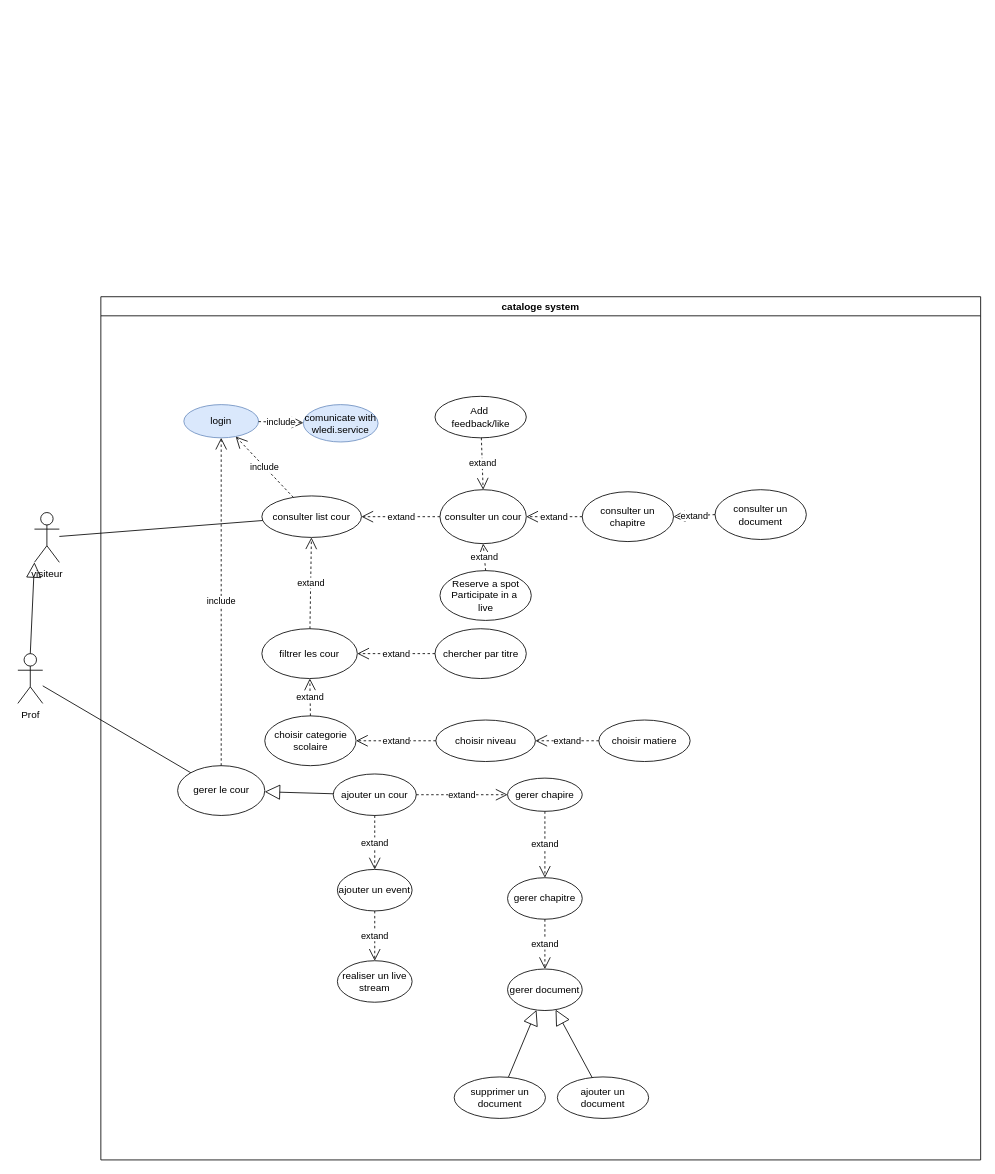
Before: use_case_catalog.drawio in faresUnderScore999/test1.0, a draw.io diagram. Source tidied: cells renumbered, new cells numbered last; positions are measured from the earlier drawing's top-left corner, leaving out a move shared by most shapes. Both pictures are drawn from the tidied source at 83%, with x=0, y=0 at pixel (17, 296).
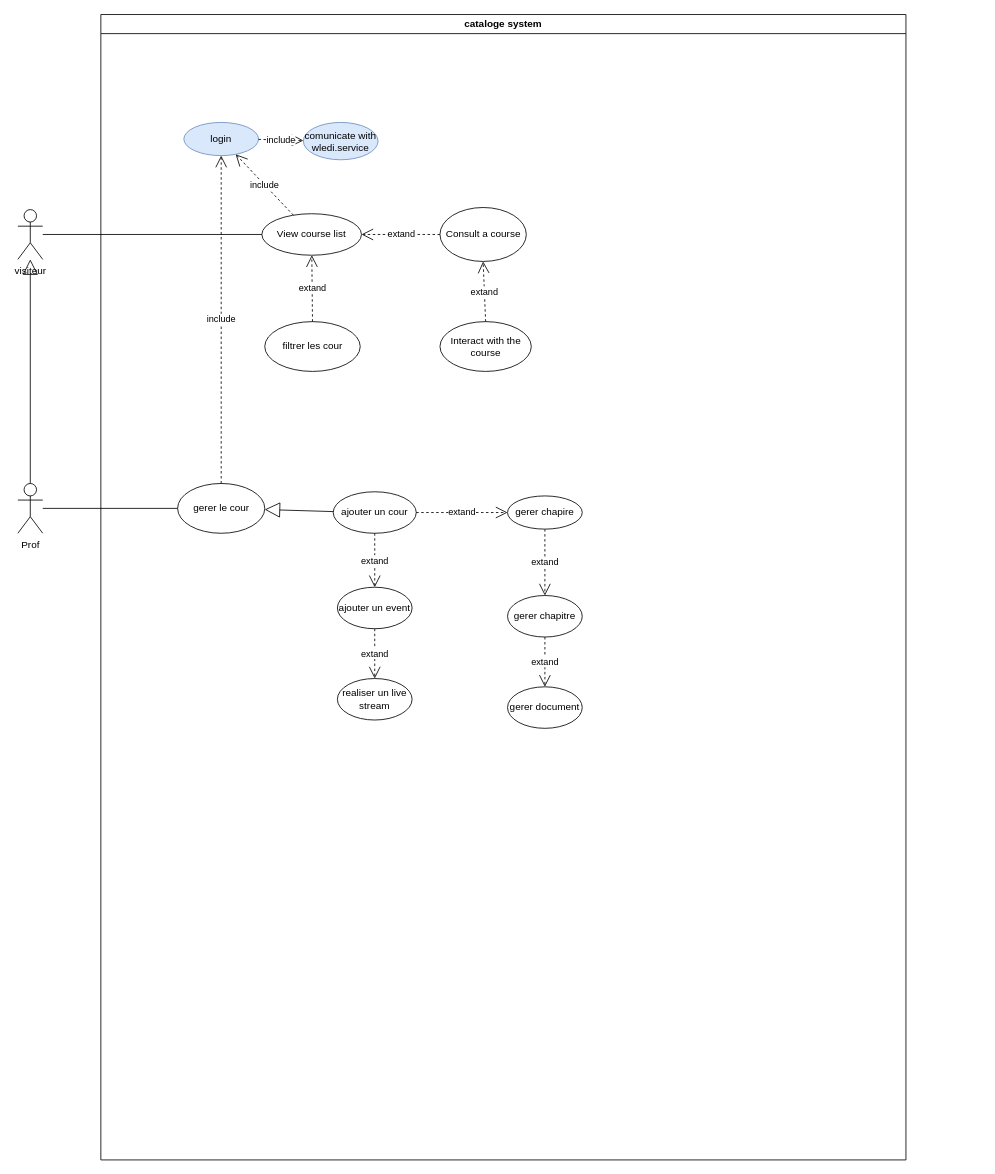
After the change.

Commit message (it also covers changes not shown here):
Mettre à jour use_case_catalog.drawio

Unchanged cells that the change refers to:
```xml
<mxCell id="21" value="gerer document" style="ellipse;whiteSpace=wrap;html=1;" parent="3" vertex="1">
  <mxGeometry x="490" y="810" width="90" height="50" as="geometry" />
</mxCell>
```

Change to the diagram source:
```diff
@@
     <mxCell id="2" value="Prof" style="shape=umlActor;verticalLabelPosition=bottom;verticalAlign=top;html=1;" parent="1" vertex="1">
-      <mxGeometry y="430" width="30" height="60" as="geometry" />
+      <mxGeometry y="225" width="30" height="60" as="geometry" />
     </mxCell>
     <mxCell id="3" value="cataloge system" style="swimlane;whiteSpace=wrap;html=1;" parent="1" vertex="1">
-      <mxGeometry x="100" width="1060" height="1040" as="geometry" />
+      <mxGeometry x="100" y="-340" width="970" height="1380" as="geometry" />
     </mxCell>
@@
-    <mxCell id="7" value="consulter list cour" style="ellipse;whiteSpace=wrap;html=1;" parent="3" vertex="1">
+    <mxCell id="7" value="View course list" style="ellipse;whiteSpace=wrap;html=1;" parent="3" vertex="1">
       <mxGeometry x="194" y="240" width="120" height="50" as="geometry" />
     </mxCell>
@@
     <mxCell id="9" value="filtrer les cour" style="ellipse;whiteSpace=wrap;html=1;" parent="3" vertex="1">
-      <mxGeometry x="194" y="400" width="115" height="60" as="geometry" />
+      <mxGeometry x="197.5" y="370" width="115" height="60" as="geometry" />
     </mxCell>
@@
-    <mxCell id="11" value="chercher par titre" style="ellipse;whiteSpace=wrap;html=1;" parent="3" vertex="1">
-      <mxGeometry x="402.6" y="400" width="110" height="60" as="geometry" />
-    </mxCell>
-    <mxCell id="12" value="choisir categorie scolaire" style="ellipse;whiteSpace=wrap;html=1;" parent="3" vertex="1">
-      <mxGeometry x="197.5" y="505" width="110" height="60" as="geometry" />
-    </mxCell>
-    <mxCell id="13" value="choisir niveau" style="ellipse;whiteSpace=wrap;html=1;" parent="3" vertex="1">
-      <mxGeometry x="403.6" y="510" width="120" height="50" as="geometry" />
-    </mxCell>
-    <mxCell id="14" value="choisir matiere" style="ellipse;whiteSpace=wrap;html=1;" parent="3" vertex="1">
-      <mxGeometry x="600" y="510" width="110" height="50" as="geometry" />
-    </mxCell>
@@
-    <mxCell id="23" value="ajouter un document" style="ellipse;whiteSpace=wrap;html=1;" parent="3" vertex="1">
-      <mxGeometry x="550" y="940" width="110" height="50" as="geometry" />
-    </mxCell>
-    <mxCell id="24" style="endArrow=block;endSize=16;endFill=0;html=1;rounded=0;" parent="3" edge="1" source="23" target="21">
-      <mxGeometry relative="1" as="geometry" />
-    </mxCell>
-    <mxCell id="25" value="supprimer un document" style="ellipse;whiteSpace=wrap;html=1;" parent="3" vertex="1">
-      <mxGeometry x="425.7" y="940" width="110" height="50" as="geometry" />
-    </mxCell>
-    <mxCell id="26" style="endArrow=block;endSize=16;endFill=0;html=1;rounded=0;" parent="3" edge="1" source="25" target="21">
-      <mxGeometry relative="1" as="geometry" />
-    </mxCell>
@@
-    <mxCell id="30" value="consulter un chapitre" style="ellipse;whiteSpace=wrap;html=1;" parent="3" vertex="1">
-      <mxGeometry x="580" y="235" width="110" height="60" as="geometry" />
-    </mxCell>
-    <mxCell id="31" value="consulter un document" style="ellipse;whiteSpace=wrap;html=1;" parent="3" vertex="1">
-      <mxGeometry x="740" y="232.5" width="110" height="60" as="geometry" />
+    <mxCell id="31" value="Interact with the course" style="ellipse;whiteSpace=wrap;html=1;" parent="3" vertex="1">
+      <mxGeometry x="408.6" y="370" width="110" height="60" as="geometry" />
     </mxCell>
@@
-    <mxCell id="34" value="Reserve a spot&lt;div&gt;Participate in a&amp;nbsp;&lt;/div&gt;&lt;div&gt;live&lt;br&gt;&lt;/div&gt;" style="ellipse;whiteSpace=wrap;html=1;" parent="3" vertex="1">
-      <mxGeometry x="408.6" y="330" width="110" height="60" as="geometry" />
-    </mxCell>
-    <mxCell id="35" value="Add&amp;nbsp;&lt;div&gt;feedback/like&lt;/div&gt;" style="ellipse;whiteSpace=wrap;html=1;" parent="3" vertex="1">
-      <mxGeometry x="402.6" y="120" width="110" height="50" as="geometry" />
-    </mxCell>
-    <mxCell id="36" value="extand" style="endArrow=open;endSize=12;dashed=1;html=1;rounded=0;entryX=0.5;entryY=0;entryDx=0;entryDy=0;" parent="3" edge="1" source="35" target="42">
-      <mxGeometry relative="1" as="geometry" />
-    </mxCell>
-    <mxCell id="37" value="extand" style="endArrow=open;endSize=12;dashed=1;html=1;rounded=0;" parent="3" edge="1" source="12" target="9">
-      <mxGeometry relative="1" as="geometry" />
-    </mxCell>
-    <mxCell id="38" value="extand" style="endArrow=open;endSize=12;dashed=1;html=1;rounded=0;" parent="3" edge="1" source="11" target="9">
-      <mxGeometry relative="1" as="geometry" />
-    </mxCell>
-    <mxCell id="39" value="extand" style="endArrow=open;endSize=12;dashed=1;html=1;rounded=0;" parent="3" edge="1" source="13" target="12">
-      <mxGeometry relative="1" as="geometry" />
-    </mxCell>
-    <mxCell id="40" value="extand" style="endArrow=open;endSize=12;dashed=1;html=1;rounded=0;" parent="3" edge="1" source="14" target="13">
-      <mxGeometry relative="1" as="geometry" />
-    </mxCell>
@@
-    <mxCell id="42" value="consulter un cour" style="ellipse;whiteSpace=wrap;html=1;" parent="3" vertex="1">
+    <mxCell id="42" value="Consult a course" style="ellipse;whiteSpace=wrap;html=1;" parent="3" vertex="1">
       <mxGeometry x="408.6" y="232.5" width="104" height="65" as="geometry" />
     </mxCell>
@@
-    <mxCell id="44" value="extand" style="endArrow=open;endSize=12;dashed=1;html=1;rounded=0;exitX=0;exitY=0.5;exitDx=0;exitDy=0;entryX=1;entryY=0.5;entryDx=0;entryDy=0;" parent="3" edge="1" source="30" target="42">
-      <mxGeometry relative="1" as="geometry" />
-    </mxCell>
-    <mxCell id="45" value="extand" style="endArrow=open;endSize=12;dashed=1;html=1;rounded=0;exitX=0;exitY=0.5;exitDx=0;exitDy=0;entryX=1;entryY=0.5;entryDx=0;entryDy=0;" parent="3" edge="1" source="31" target="30">
+    <mxCell id="45" value="extand" style="endArrow=open;endSize=12;dashed=1;html=1;rounded=0;exitX=0.5;exitY=0;exitDx=0;exitDy=0;entryX=0.5;entryY=1;entryDx=0;entryDy=0;" parent="3" edge="1" source="31" target="42">
       <mxGeometry relative="1" as="geometry" />
     </mxCell>
-    <mxCell id="46" value="extand" style="endArrow=open;endSize=12;dashed=1;html=1;rounded=0;exitX=0.5;exitY=0;exitDx=0;exitDy=0;entryX=0.5;entryY=1;entryDx=0;entryDy=0;" parent="3" edge="1" source="34" target="42">
-      <mxGeometry relative="1" as="geometry" />
-    </mxCell>
@@
     <mxCell id="48" value="visiteur" style="shape=umlActor;verticalLabelPosition=bottom;verticalAlign=top;html=1;" parent="1" vertex="1">
-      <mxGeometry x="20" y="260" width="30" height="60" as="geometry" />
+      <mxGeometry y="-105" width="30" height="60" as="geometry" />
     </mxCell>
@@
-    <mxCell id="50" style="endArrow=block;endSize=16;endFill=0;html=1;rounded=0;exitX=0.5;exitY=0;exitDx=0;exitDy=0;exitPerimeter=0;entryX=0;entryY=1;entryDx=0;entryDy=0;entryPerimeter=0;" parent="1" edge="1" source="2" target="48">
+    <mxCell id="50" style="endArrow=block;endSize=16;endFill=0;html=1;rounded=0;exitX=0.5;exitY=0;exitDx=0;exitDy=0;exitPerimeter=0;" parent="1" edge="1" source="2" target="48">
       <mxGeometry relative="1" as="geometry" />
     </mxCell>
```
